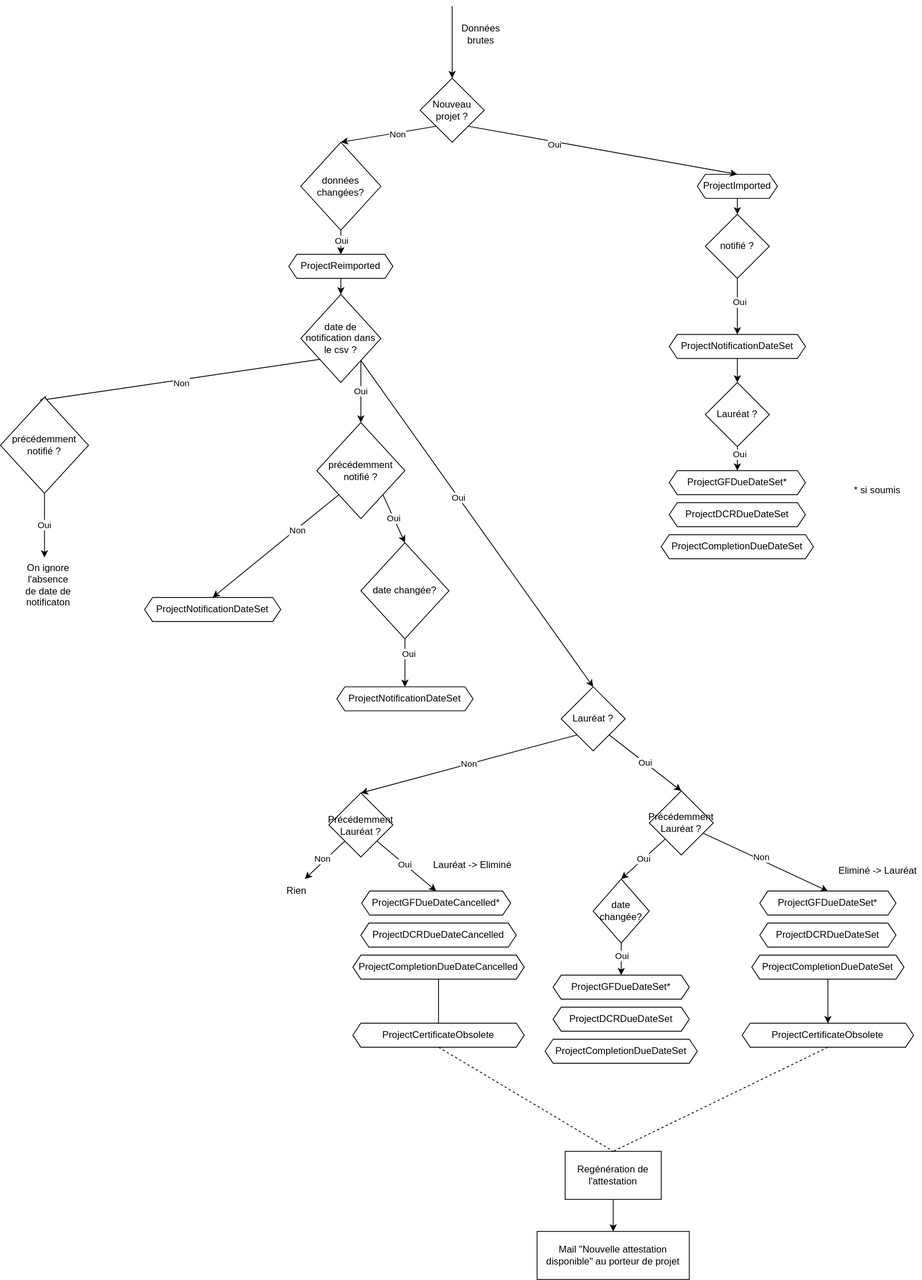
Earlier version of the draw.io export docs/images/Import.drawio.svg (MTES-MCT/potentiel). Source tidied: cells renumbered, new cells last; positions are measured from the earlier drawing's top-left corner, leaving out a move shared by most shapes.
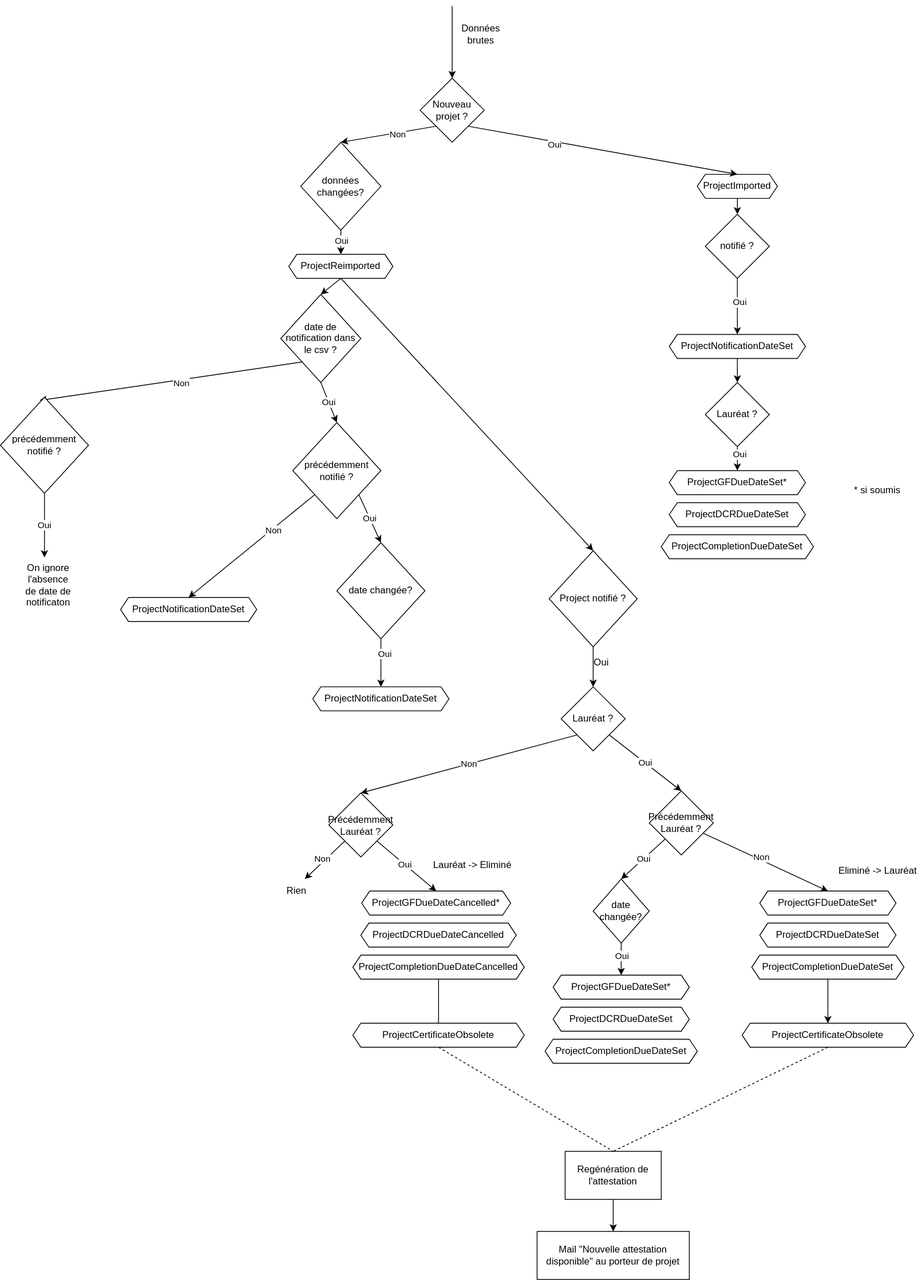
The same file after the commit.

What changed in the source:
```diff
@@ -83,19 +83,14 @@
     <mxCell id="26" value="Non" style="edgeLabel;html=1;align=center;verticalAlign=middle;" parent="25" vertex="1">
       <mxGeometry y="4" relative="1" as="geometry" />
     </mxCell>
-    <mxCell id="27" value="Oui" style="edgeStyle=none;html=1;exitX=1;exitY=1;exitDx=0;exitDy=0;entryX=0.5;entryY=0;entryDx=0;entryDy=0;" parent="1" edge="1" target="36">
-      <mxGeometry relative="1" as="geometry">
-        <mxPoint x="450" y="440.9" as="sourcePoint" />
-      </mxGeometry>
+    <mxCell id="27" value="Oui" style="edgeStyle=none;html=1;exitX=0.5;exitY=1;exitDx=0;exitDy=0;entryX=0.5;entryY=0;entryDx=0;entryDy=0;" parent="1" edge="1" source="30" target="36">
+      <mxGeometry relative="1" as="geometry" />
     </mxCell>
-    <mxCell id="28" style="edgeStyle=none;html=1;exitX=1;exitY=1;exitDx=0;exitDy=0;entryX=0.5;entryY=0;entryDx=0;entryDy=0;" parent="1" edge="1" source="30" target="44">
+    <mxCell id="28" style="edgeStyle=none;html=1;exitX=0.5;exitY=1;exitDx=0;exitDy=0;entryX=0.5;entryY=0;entryDx=0;entryDy=0;" parent="1" edge="1" source="24" target="83">
       <mxGeometry relative="1" as="geometry" />
     </mxCell>
-    <mxCell id="29" value="Oui" style="edgeLabel;html=1;align=center;verticalAlign=middle;" parent="28" vertex="1">
-      <mxGeometry x="-0.16" relative="1" as="geometry" />
-    </mxCell>
     <mxCell id="30" value="date de notification dans le csv ?" style="rhombus;whiteSpace=wrap;html=1;" parent="1" vertex="1">
-      <mxGeometry x="375" y="360" width="100" height="110" as="geometry" />
+      <mxGeometry x="350" y="360" width="100" height="110" as="geometry" />
     </mxCell>
     <mxCell id="31" value="Oui" style="edgeStyle=none;html=1;exitX=0.5;exitY=1;exitDx=0;exitDy=0;" parent="1" edge="1" source="32">
       <mxGeometry relative="1" as="geometry">
@@ -117,7 +112,7 @@
       </mxGeometry>
     </mxCell>
     <mxCell id="36" value="précédemment notifié ?" style="rhombus;whiteSpace=wrap;html=1;" parent="1" vertex="1">
-      <mxGeometry x="395" y="520" width="110" height="120" as="geometry" />
+      <mxGeometry x="365" y="520" width="110" height="120" as="geometry" />
     </mxCell>
     <mxCell id="37" style="edgeStyle=none;html=1;exitX=0.5;exitY=1;exitDx=0;exitDy=0;entryX=0.5;entryY=0;entryDx=0;entryDy=0;" parent="1" edge="1" source="39" target="72">
       <mxGeometry relative="1" as="geometry" />
@@ -128,10 +123,10 @@
       </mxGeometry>
     </mxCell>
     <mxCell id="39" value="date changée?" style="rhombus;whiteSpace=wrap;html=1;" parent="1" vertex="1">
-      <mxGeometry x="450" y="670" width="110" height="120" as="geometry" />
+      <mxGeometry x="420" y="670" width="110" height="120" as="geometry" />
     </mxCell>
     <mxCell id="40" value="ProjectNotificationDateSet" style="shape=hexagon;perimeter=hexagonPerimeter2;whiteSpace=wrap;html=1;fixedSize=1;size=10;" parent="1" vertex="1">
-      <mxGeometry x="180" y="738.4" width="170" height="30" as="geometry" />
+      <mxGeometry x="150" y="738.4" width="170" height="30" as="geometry" />
     </mxCell>
     <mxCell id="41" value="On ignore l'absence de date de notificaton" style="text;html=1;strokeColor=none;fillColor=none;align=center;verticalAlign=middle;whiteSpace=wrap;rounded=0;" parent="1" vertex="1">
       <mxGeometry x="30" y="708.4" width="60" height="30" as="geometry" />
@@ -231,7 +226,7 @@
       <mxGeometry x="680" y="1290" width="190" height="30" as="geometry" />
     </mxCell>
     <mxCell id="72" value="ProjectNotificationDateSet" style="shape=hexagon;perimeter=hexagonPerimeter2;whiteSpace=wrap;html=1;fixedSize=1;size=10;" parent="1" vertex="1">
-      <mxGeometry x="420" y="850" width="170" height="30" as="geometry" />
+      <mxGeometry x="390" y="850" width="170" height="30" as="geometry" />
     </mxCell>
     <mxCell id="73" style="edgeStyle=none;html=1;exitX=0.5;exitY=0;exitDx=0;exitDy=0;entryX=0.5;entryY=1;entryDx=0;entryDy=0;endArrow=none;endFill=0;" parent="1" edge="1" source="74" target="61">
       <mxGeometry relative="1" as="geometry" />
@@ -260,5 +255,14 @@
     <mxCell id="81" value="Mail &quot;Nouvelle attestation disponible&quot; au porteur de projet" style="rounded=0;whiteSpace=wrap;html=1;" parent="1" vertex="1">
       <mxGeometry x="670" y="1530" width="190" height="60" as="geometry" />
     </mxCell>
+    <mxCell id="82" style="edgeStyle=none;html=1;exitX=0.5;exitY=1;exitDx=0;exitDy=0;entryX=0.5;entryY=0;entryDx=0;entryDy=0;" parent="1" edge="1" source="83" target="44">
+      <mxGeometry relative="1" as="geometry" />
+    </mxCell>
+    <mxCell id="83" value="Project notifié ?" style="rhombus;whiteSpace=wrap;html=1;" parent="1" vertex="1">
+      <mxGeometry x="685" y="680" width="110" height="120" as="geometry" />
+    </mxCell>
+    <mxCell id="29" value="Oui" style="text;html=1;align=center;verticalAlign=middle;strokeColor=none;fillColor=none;" parent="1" vertex="1">
+      <mxGeometry x="735" y="810" width="30" height="20" as="geometry" />
+    </mxCell>
   </root>
 </mxGraphModel>
```
